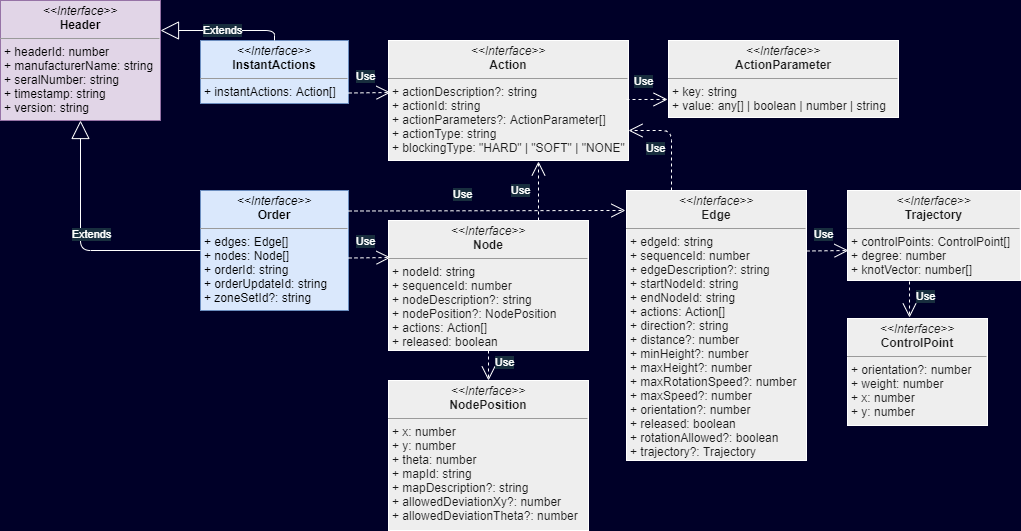
Earlier version of the draw.io export docs/slides/vda-5050-uml-vda-5050-object-types-1.png (coatyio/vda-5050-lib.js). Source tidied: cells renumbered, new cells last; positions are measured from the earlier drawing's top-left corner, leaving out a move shared by most shapes.
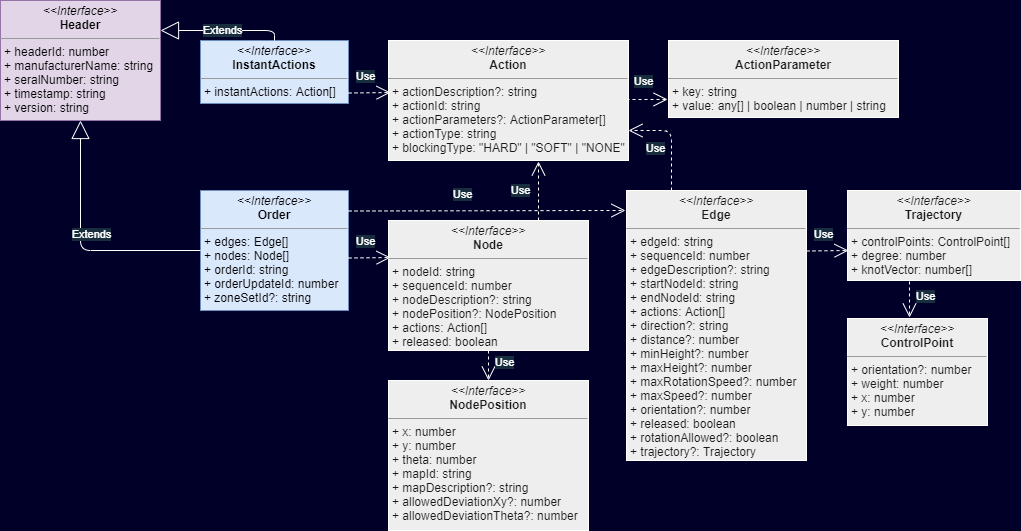
After the change.

Commit message:
docs(slides): fix type mismatch in UML diagram for Node.orderUpdateId

Diff of the diagram source:
```diff
@@ -14,7 +14,7 @@
     <mxCell id="5" value="&lt;p style=&quot;margin: 0px ; margin-top: 4px ; text-align: center&quot;&gt;&lt;i&gt;&amp;lt;&amp;lt;Interface&amp;gt;&amp;gt;&lt;/i&gt;&lt;br&gt;&lt;b&gt;ActionParameter&lt;/b&gt;&lt;/p&gt;&lt;hr size=&quot;1&quot;&gt;&lt;p style=&quot;margin: 0px ; margin-left: 4px&quot;&gt;+ key: string&lt;br&gt;+ value: any[] | boolean | number | string&lt;/p&gt;&lt;hr size=&quot;1&quot;&gt;&lt;p style=&quot;margin: 0px ; margin-left: 4px&quot;&gt;&lt;br&gt;&lt;/p&gt;" style="verticalAlign=top;align=left;overflow=fill;fontSize=12;fontFamily=Helvetica;html=1;fillColor=#EEEEEE;strokeColor=#FFFFFF;fontColor=#1A1A1A;" parent="1" vertex="1">
       <mxGeometry x="668" y="40" width="230" height="77" as="geometry" />
     </mxCell>
-    <mxCell id="6" value="&lt;p style=&quot;margin: 0px ; margin-top: 4px ; text-align: center&quot;&gt;&lt;i&gt;&amp;lt;&amp;lt;Interface&amp;gt;&amp;gt;&lt;/i&gt;&lt;br&gt;&lt;b&gt;Order&lt;/b&gt;&lt;/p&gt;&lt;hr size=&quot;1&quot;&gt;&lt;p style=&quot;margin: 0px ; margin-left: 4px&quot;&gt;+ edges: Edge[]&lt;br&gt;+ nodes: Node[]&lt;/p&gt;&lt;p style=&quot;margin: 0px ; margin-left: 4px&quot;&gt;+ orderId: string&lt;/p&gt;&lt;p style=&quot;margin: 0px ; margin-left: 4px&quot;&gt;+ orderUpdateId: string&lt;/p&gt;&lt;p style=&quot;margin: 0px ; margin-left: 4px&quot;&gt;+ zoneSetId?: string&lt;/p&gt;&lt;hr size=&quot;1&quot;&gt;&lt;p style=&quot;margin: 0px ; margin-left: 4px&quot;&gt;&lt;br&gt;&lt;/p&gt;" style="verticalAlign=top;align=left;overflow=fill;fontSize=12;fontFamily=Helvetica;html=1;fillColor=#dae8fc;strokeColor=#6c8ebf;" parent="1" vertex="1">
+    <mxCell id="6" value="&lt;p style=&quot;margin: 0px ; margin-top: 4px ; text-align: center&quot;&gt;&lt;i&gt;&amp;lt;&amp;lt;Interface&amp;gt;&amp;gt;&lt;/i&gt;&lt;br&gt;&lt;b&gt;Order&lt;/b&gt;&lt;/p&gt;&lt;hr size=&quot;1&quot;&gt;&lt;p style=&quot;margin: 0px ; margin-left: 4px&quot;&gt;+ edges: Edge[]&lt;br&gt;+ nodes: Node[]&lt;/p&gt;&lt;p style=&quot;margin: 0px ; margin-left: 4px&quot;&gt;+ orderId: string&lt;/p&gt;&lt;p style=&quot;margin: 0px ; margin-left: 4px&quot;&gt;+ orderUpdateId: number&lt;/p&gt;&lt;p style=&quot;margin: 0px ; margin-left: 4px&quot;&gt;+ zoneSetId?: string&lt;/p&gt;&lt;hr size=&quot;1&quot;&gt;&lt;p style=&quot;margin: 0px ; margin-left: 4px&quot;&gt;&lt;br&gt;&lt;/p&gt;" style="verticalAlign=top;align=left;overflow=fill;fontSize=12;fontFamily=Helvetica;html=1;fillColor=#dae8fc;strokeColor=#6c8ebf;" parent="1" vertex="1">
       <mxGeometry x="200" y="190" width="148" height="120" as="geometry" />
     </mxCell>
     <mxCell id="7" value="&lt;p style=&quot;margin: 0px ; margin-top: 4px ; text-align: center&quot;&gt;&lt;i&gt;&amp;lt;&amp;lt;Interface&amp;gt;&amp;gt;&lt;/i&gt;&lt;br&gt;&lt;b&gt;Edge&lt;/b&gt;&lt;/p&gt;&lt;hr size=&quot;1&quot;&gt;&lt;p style=&quot;margin: 0px ; margin-left: 4px&quot;&gt;&lt;span&gt;+ edgeId: string&lt;/span&gt;&lt;br&gt;&lt;/p&gt;&lt;p style=&quot;margin: 0px 0px 0px 4px&quot;&gt;+ sequenceId: number&lt;/p&gt;&lt;p style=&quot;margin: 0px ; margin-left: 4px&quot;&gt;+ edgeDescription?: string&lt;/p&gt;&lt;p style=&quot;margin: 0px ; margin-left: 4px&quot;&gt;+ startNodeId: string&lt;/p&gt;&lt;p style=&quot;margin: 0px ; margin-left: 4px&quot;&gt;+ endNodeId: string&lt;/p&gt;&lt;p style=&quot;margin: 0px 0px 0px 4px&quot;&gt;+ actions: Action[]&lt;br&gt;+ direction?: string&lt;/p&gt;&lt;p style=&quot;margin: 0px 0px 0px 4px&quot;&gt;+ distance?: number&lt;/p&gt;&lt;p style=&quot;margin: 0px ; margin-left: 4px&quot;&gt;+ minHeight?: number&lt;/p&gt;&lt;p style=&quot;margin: 0px ; margin-left: 4px&quot;&gt;+ maxHeight?: number&lt;/p&gt;&lt;p style=&quot;margin: 0px ; margin-left: 4px&quot;&gt;+ maxRotationSpeed?: number&lt;/p&gt;&lt;p style=&quot;margin: 0px ; margin-left: 4px&quot;&gt;+ maxSpeed?: number&lt;/p&gt;&lt;p style=&quot;margin: 0px ; margin-left: 4px&quot;&gt;+ orientation?: number&lt;/p&gt;&lt;p style=&quot;margin: 0px ; margin-left: 4px&quot;&gt;+ released: boolean&lt;/p&gt;&lt;p style=&quot;margin: 0px ; margin-left: 4px&quot;&gt;+ rotationAllowed?: boolean&lt;/p&gt;&lt;p style=&quot;margin: 0px ; margin-left: 4px&quot;&gt;+ trajectory?: Trajectory&lt;/p&gt;&lt;hr size=&quot;1&quot;&gt;&lt;p style=&quot;margin: 0px ; margin-left: 4px&quot;&gt;&lt;br&gt;&lt;/p&gt;" style="verticalAlign=top;align=left;overflow=fill;fontSize=12;fontFamily=Helvetica;html=1;fillColor=#EEEEEE;strokeColor=#FFFFFF;fontColor=#1A1A1A;" parent="1" vertex="1">
```
